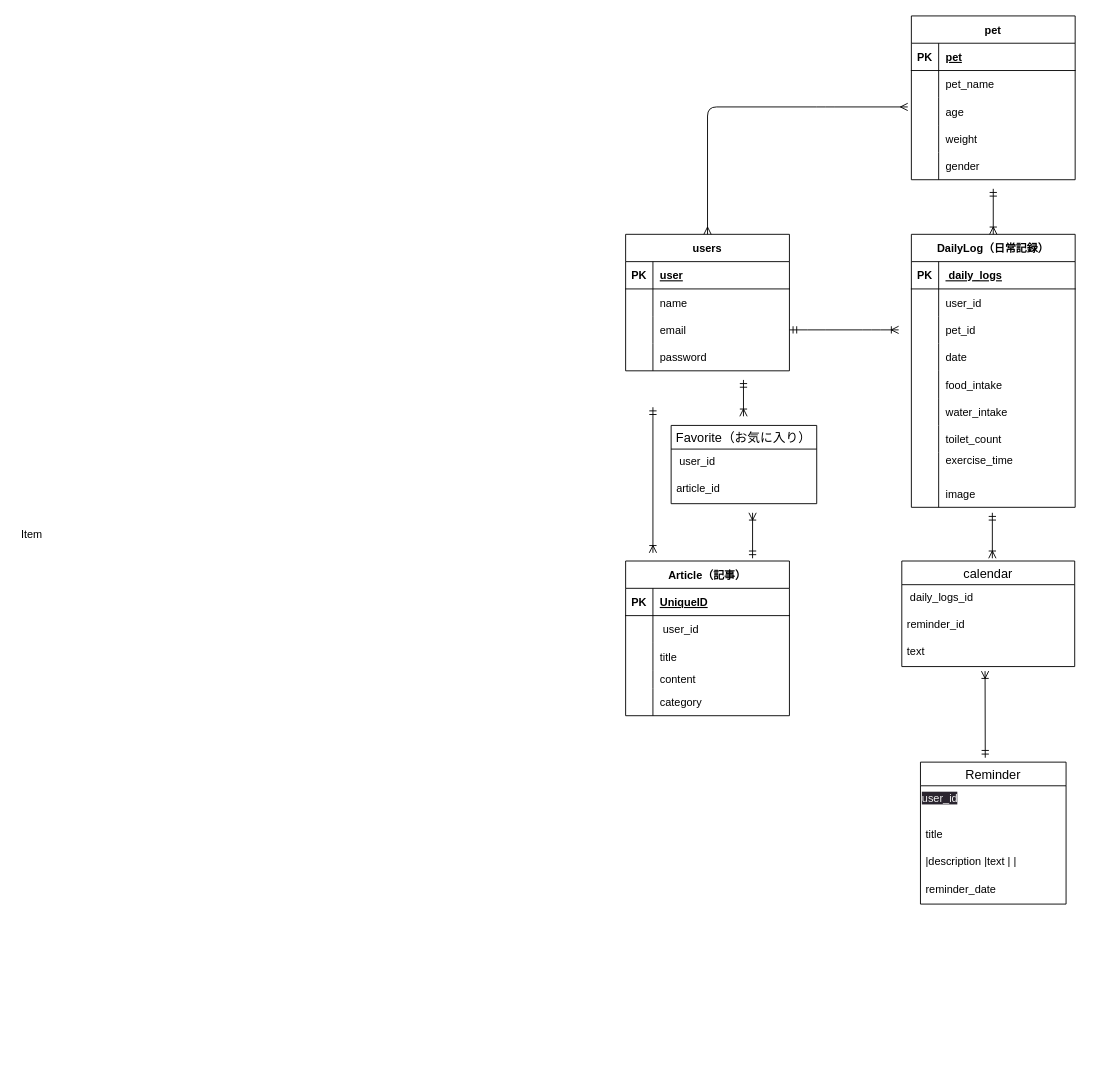
This is pet_health_dliary.dio from fujimasa0107/pet_health_diary, a draw.io file, before an edit. Source tidied: cells renumbered, new cells numbered last; positions are measured from the earlier drawing's top-left corner, leaving out a move shared by most shapes. Both pictures are drawn from the tidied source at 91%, with x=0, y=0 at pixel (15, 15).
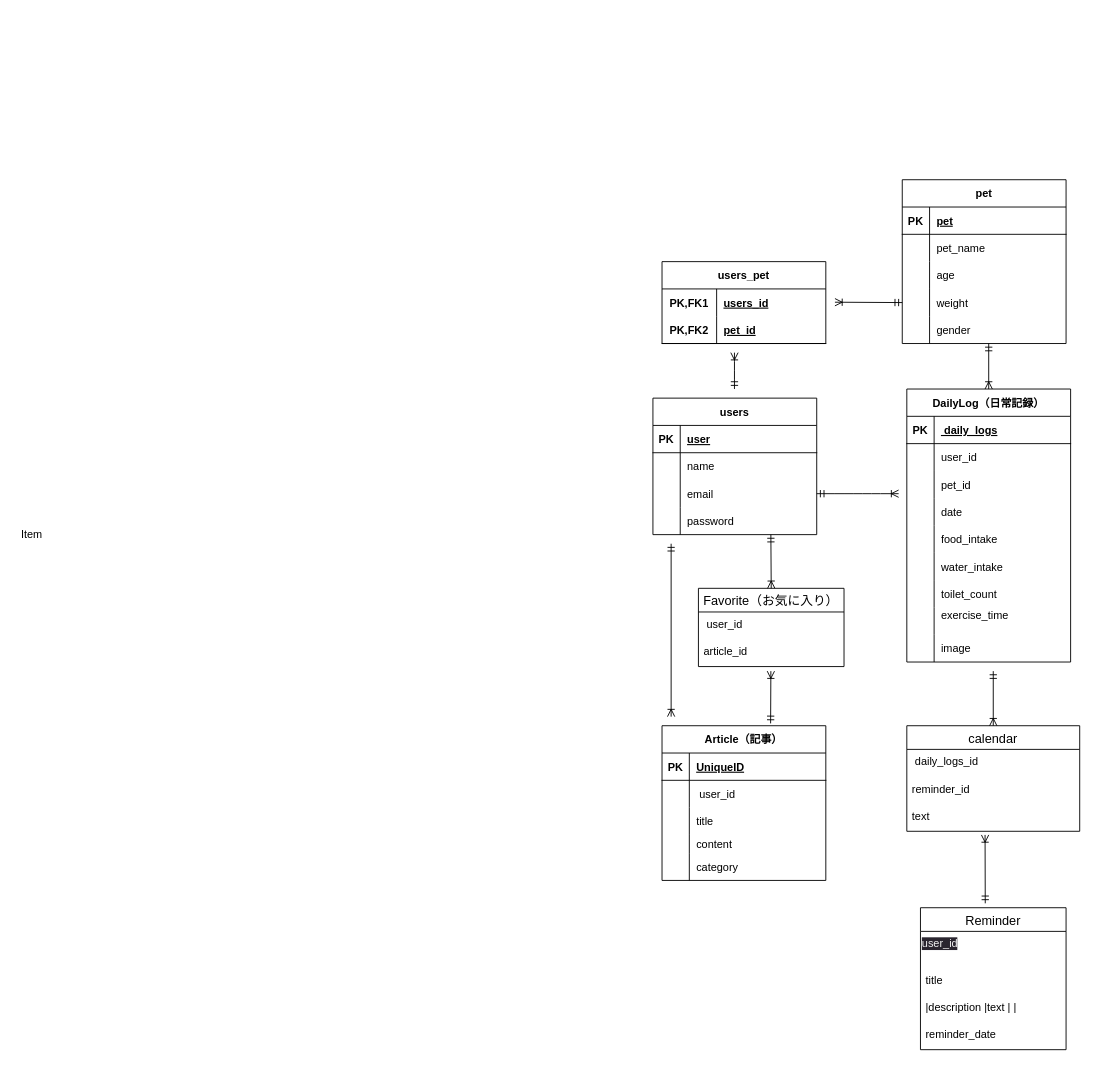
Above is the later version.

The change refers to these unchanged cells:
```xml
<mxCell id="40" style="shape=tableRow;horizontal=0;startSize=0;swimlaneHead=0;swimlaneBody=0;fillColor=none;points=[[0,0.5],[1,0.5]];portConstraint=eastwest;top=0;left=0;right=0;bottom=0;" parent="30" vertex="1">
  <mxGeometry y="120" width="180" height="30" as="geometry" />
</mxCell>
<mxCell id="53" style="shape=tableRow;horizontal=0;startSize=0;swimlaneHead=0;swimlaneBody=0;fillColor=none;points=[[0,0.5],[1,0.5]];portConstraint=eastwest;top=0;left=0;right=0;bottom=0;" parent="46" vertex="1">
  <mxGeometry y="90" width="180" height="30" as="geometry" />
</mxCell>
```

Diff of the diagram source:
```diff
@@
     <mxCell id="2" value="DailyLog（日常記録）" style="shape=table;startSize=30;childLayout=tableLayout;rowLines=0;fontStyle=1;align=center;" parent="1" vertex="1">
-      <mxGeometry x="984" y="240" width="180" height="300" as="geometry" />
+      <mxGeometry x="979" y="410" width="180" height="300" as="geometry" />
     </mxCell>
@@
     <mxCell id="30" value="pet" style="shape=table;startSize=30;childLayout=tableLayout;rowLines=0;fontStyle=1;align=center;" parent="1" vertex="1">
-      <mxGeometry x="984" width="180" height="180" as="geometry" />
+      <mxGeometry x="974" y="180" width="180" height="180" as="geometry" />
     </mxCell>
@@
     <mxCell id="46" value="users" style="shape=table;startSize=30;childLayout=tableLayout;rowLines=0;fontStyle=1;align=center;" parent="1" vertex="1">
-      <mxGeometry x="670" y="240" width="180" height="150" as="geometry" />
+      <mxGeometry x="700" y="420" width="180" height="150" as="geometry" />
     </mxCell>
@@
     <mxCell id="59" value="Article（記事）" style="shape=table;startSize=30;childLayout=tableLayout;rowLines=0;fontStyle=1;align=center;" parent="1" vertex="1">
-      <mxGeometry x="670" y="599" width="180" height="170" as="geometry" />
+      <mxGeometry x="710" y="780" width="180" height="170" as="geometry" />
     </mxCell>
@@
     <mxCell id="75" value="Favorite（お気に入り）" style="swimlane;fontStyle=0;horizontal=1;startSize=26;align=center;fontSize=14;" parent="1" vertex="1">
-      <mxGeometry x="720" y="450" width="160" height="86" as="geometry" />
+      <mxGeometry x="750" y="629" width="160" height="86" as="geometry" />
     </mxCell>
@@
     <mxCell id="78" value="Reminder" style="swimlane;fontStyle=0;horizontal=1;startSize=26;align=center;fontSize=14;" parent="1" vertex="1">
-      <mxGeometry x="994" y="820" width="160" height="156" as="geometry" />
+      <mxGeometry x="994" y="980" width="160" height="156" as="geometry" />
     </mxCell>
@@
     <mxCell id="83" style="edgeStyle=entityRelationEdgeStyle;fontSize=12;html=1;endArrow=ERoneToMany;startArrow=ERmandOne;exitX=1;exitY=0.5;exitDx=0;exitDy=0;" parent="1" edge="1" source="53">
       <mxGeometry relative="1" as="geometry">
-        <mxPoint x="970" y="345" as="targetPoint" />
+        <mxPoint x="970" y="525" as="targetPoint" />
       </mxGeometry>
     </mxCell>
     <mxCell id="84" style="fontSize=12;html=1;endArrow=ERoneToMany;startArrow=ERmandOne;entryX=0.5;entryY=0;entryDx=0;entryDy=0;" parent="1" edge="1" target="2">
       <mxGeometry relative="1" as="geometry">
-        <mxPoint x="1074" y="190" as="sourcePoint" />
+        <mxPoint x="1069" y="360" as="sourcePoint" />
       </mxGeometry>
     </mxCell>
     <mxCell id="85" value="calendar" style="swimlane;fontStyle=0;horizontal=1;startSize=26;align=center;fontSize=14;" parent="1" vertex="1">
-      <mxGeometry x="973.5" y="599" width="190" height="116" as="geometry" />
+      <mxGeometry x="979" y="780" width="190" height="116" as="geometry" />
     </mxCell>
@@
     <mxCell id="89" style="fontSize=12;html=1;endArrow=ERoneToMany;startArrow=ERmandOne;exitX=0.445;exitY=-0.031;exitDx=0;exitDy=0;exitPerimeter=0;" parent="1" edge="1" source="78">
       <mxGeometry relative="1" as="geometry">
-        <mxPoint x="1065" y="720" as="targetPoint" />
+        <mxPoint x="1065" y="900" as="targetPoint" />
       </mxGeometry>
     </mxCell>
-    <mxCell id="90" style="fontSize=12;html=1;endArrow=ERoneToMany;startArrow=ERmandOne;" parent="1" edge="1">
+    <mxCell id="90" style="fontSize=12;html=1;endArrow=ERoneToMany;startArrow=ERmandOne;entryX=0.5;entryY=0;entryDx=0;entryDy=0;" parent="1" edge="1" target="85">
       <mxGeometry relative="1" as="geometry">
-        <mxPoint x="1073" y="546" as="sourcePoint" />
-        <mxPoint x="1073" y="596" as="targetPoint" />
+        <mxPoint x="1074" y="720" as="sourcePoint" />
       </mxGeometry>
     </mxCell>
@@
-    <mxCell id="92" style="fontSize=12;html=1;endArrow=ERoneToMany;startArrow=ERmandOne;" parent="1" edge="1">
+    <mxCell id="92" style="fontSize=12;html=1;endArrow=ERoneToMany;startArrow=ERmandOne;entryX=0.5;entryY=0;entryDx=0;entryDy=0;" parent="1" edge="1" target="75">
       <mxGeometry relative="1" as="geometry">
-        <mxPoint x="799.5" y="400" as="sourcePoint" />
-        <mxPoint x="799.5" y="440" as="targetPoint" />
+        <mxPoint x="829.6" y="570" as="sourcePoint" />
       </mxGeometry>
     </mxCell>
     <mxCell id="93" style="fontSize=12;html=1;endArrow=ERoneToMany;startArrow=ERmandOne;" parent="1" edge="1">
       <mxGeometry relative="1" as="geometry">
-        <mxPoint x="700" y="430" as="sourcePoint" />
-        <mxPoint x="700" y="590" as="targetPoint" />
+        <mxPoint x="720" y="580" as="sourcePoint" />
+        <mxPoint x="720" y="770" as="targetPoint" />
       </mxGeometry>
     </mxCell>
-    <mxCell id="94" style="fontSize=12;html=1;endArrow=ERoneToMany;startArrow=ERmandOne;" parent="1" edge="1">
+    <mxCell id="94" style="fontSize=12;html=1;endArrow=ERoneToMany;startArrow=ERmandOne;exitX=0.663;exitY=-0.015;exitDx=0;exitDy=0;exitPerimeter=0;" parent="1" edge="1" source="59">
       <mxGeometry relative="1" as="geometry">
-        <mxPoint x="809.5" y="596" as="sourcePoint" />
-        <mxPoint x="809.5" y="546" as="targetPoint" />
+        <mxPoint x="829.6" y="720" as="targetPoint" />
       </mxGeometry>
     </mxCell>
-    <mxCell id="95" style="edgeStyle=orthogonalEdgeStyle;fontSize=12;html=1;endArrow=ERmany;startArrow=ERmany;exitX=0.5;exitY=0;exitDx=0;exitDy=0;" parent="1" edge="1" source="46">
-      <mxGeometry relative="1" as="geometry">
-        <mxPoint x="980" y="100" as="targetPoint" />
-        <Array as="points">
-          <mxPoint x="760" y="100" />
-          <mxPoint x="890" y="100" />
-        </Array>
-      </mxGeometry>
-    </mxCell>
+    <mxCell id="96" value="users_pet" style="shape=table;startSize=30;childLayout=tableLayout;rowLines=0;fontStyle=1;align=center;" parent="1" vertex="1">
+      <mxGeometry x="710" y="270" width="180" height="90" as="geometry" />
+    </mxCell>
+    <mxCell id="97" style="shape=tableRow;horizontal=0;startSize=0;swimlaneHead=0;swimlaneBody=0;fillColor=none;top=0;left=0;right=0;bottom=0;" parent="96" vertex="1">
+      <mxGeometry y="30" width="180" height="30" as="geometry" />
+    </mxCell>
+    <mxCell id="98" value="PK,FK1" style="shape=partialRectangle;fillColor=none;top=0;left=0;bottom=0;right=0;fontStyle=1;overflow=hidden;" parent="97" vertex="1">
+      <mxGeometry width="60" height="30" as="geometry" />
+    </mxCell>
+    <mxCell id="99" value="users_id" style="shape=partialRectangle;fillColor=none;top=0;left=0;bottom=0;right=0;align=left;spacingLeft=6;fontStyle=5;overflow=hidden;" parent="97" vertex="1">
+      <mxGeometry x="60" width="120" height="30" as="geometry" />
+    </mxCell>
+    <mxCell id="100" style="shape=tableRow;horizontal=0;startSize=0;swimlaneHead=0;swimlaneBody=0;fillColor=none;top=0;left=0;right=0;bottom=1;" parent="96" vertex="1">
+      <mxGeometry y="60" width="180" height="30" as="geometry" />
+    </mxCell>
+    <mxCell id="101" value="PK,FK2" style="shape=partialRectangle;fillColor=none;top=0;left=0;bottom=0;right=0;fontStyle=1;overflow=hidden;" parent="100" vertex="1">
+      <mxGeometry width="60" height="30" as="geometry" />
+    </mxCell>
+    <mxCell id="102" value="pet_id" style="shape=partialRectangle;fillColor=none;top=0;left=0;bottom=0;right=0;align=left;spacingLeft=6;fontStyle=5;overflow=hidden;" parent="100" vertex="1">
+      <mxGeometry x="60" width="120" height="30" as="geometry" />
+    </mxCell>
+    <mxCell id="103" style="fontSize=12;html=1;endArrow=ERoneToMany;startArrow=ERmandOne;" parent="1" edge="1">
+      <mxGeometry relative="1" as="geometry">
+        <mxPoint x="789.6" y="410" as="sourcePoint" />
+        <mxPoint x="789.6" y="370" as="targetPoint" />
+        <Array as="points">
+          <mxPoint x="789.6" y="390" />
+        </Array>
+      </mxGeometry>
+    </mxCell>
+    <mxCell id="104" style="fontSize=12;html=1;endArrow=ERoneToMany;startArrow=ERmandOne;exitX=0;exitY=0.5;exitDx=0;exitDy=0;" parent="1" edge="1" source="40">
+      <mxGeometry relative="1" as="geometry">
+        <mxPoint x="900" y="314.6" as="targetPoint" />
+      </mxGeometry>
+    </mxCell>
```
